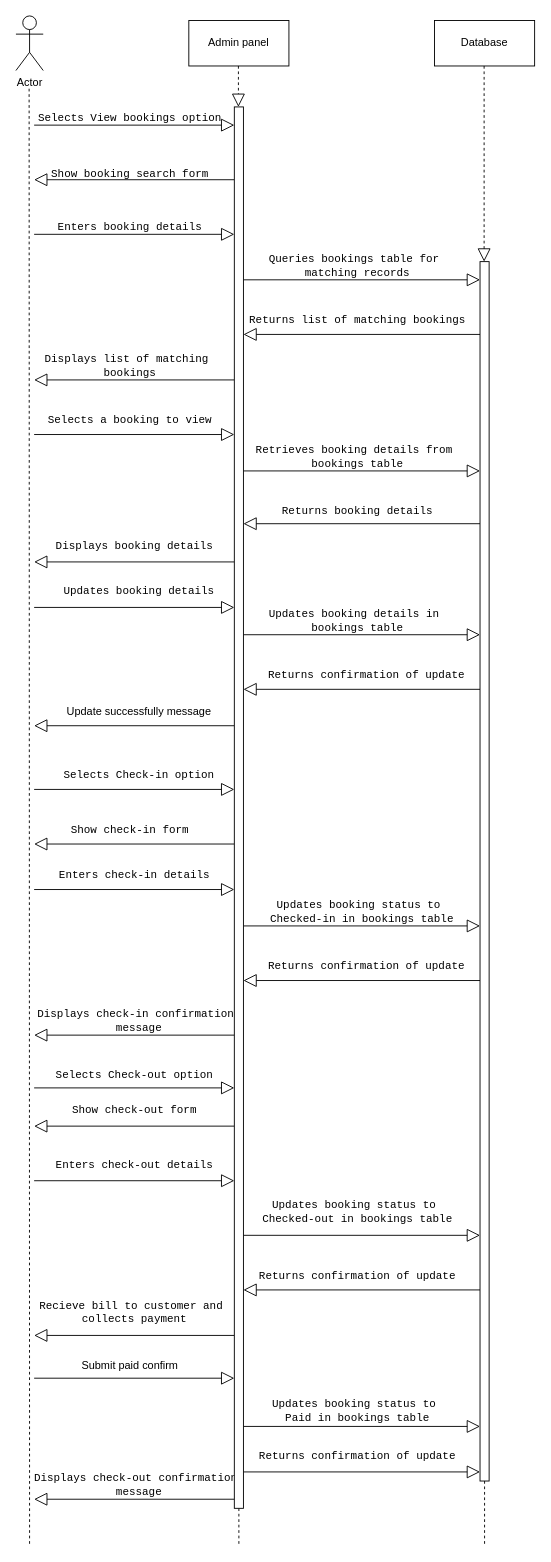
Earlier version of the draw.io diagram room booking management.drawio (CodeSithum/sequencediagram). Source tidied: cells renumbered, new cells numbered last; positions are measured from the earlier drawing's top-left corner, leaving out a move shared by most shapes. Both pictures are drawn from the tidied source at 91%, with x=0, y=0 at pixel (15, 15).
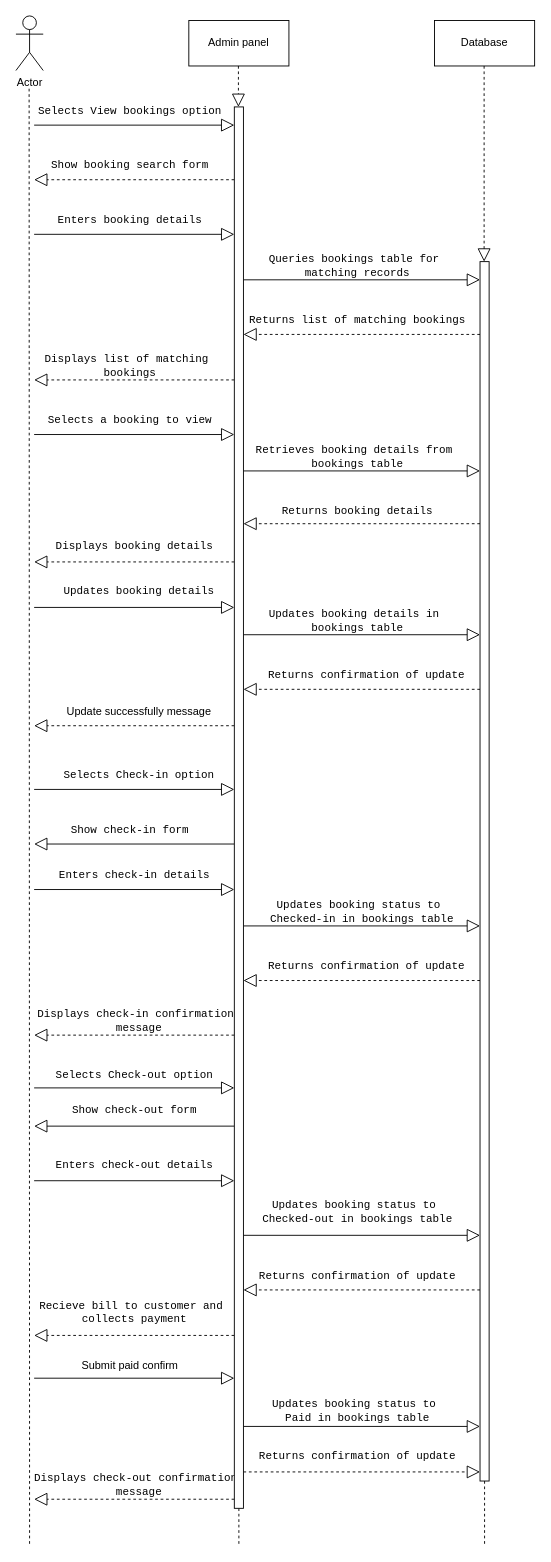
Above is the later version.

Diff of the diagram source:
```diff
@@
     <mxCell id="8" value="&lt;pre&gt;&lt;code class=&quot;!whitespace-pre hljs language-sql&quot;&gt;Selects View bookings option&lt;/code&gt;&lt;/pre&gt;" style="text;html=1;align=center;verticalAlign=middle;strokeColor=none;fillColor=none;" parent="1" vertex="1">
-      <mxGeometry x="15" y="88" width="220" height="50" as="geometry" />
+      <mxGeometry x="15" y="80" width="220" height="50" as="geometry" />
     </mxCell>
     <mxCell id="9" value="&lt;pre&gt;&lt;code class=&quot;!whitespace-pre hljs language-sql&quot;&gt;Show booking search form&lt;/code&gt;&lt;/pre&gt;" style="text;html=1;align=center;verticalAlign=middle;strokeColor=none;fillColor=none;" parent="1" vertex="1">
-      <mxGeometry x="30" y="150" width="190" height="50" as="geometry" />
+      <mxGeometry x="30" y="140" width="190" height="50" as="geometry" />
     </mxCell>
     <mxCell id="10" value="&lt;pre&gt;&lt;code class=&quot;!whitespace-pre hljs language-sql&quot;&gt;Enters booking details&lt;/code&gt;&lt;/pre&gt;" style="text;html=1;align=center;verticalAlign=middle;strokeColor=none;fillColor=none;" parent="1" vertex="1">
-      <mxGeometry x="35" y="208" width="180" height="50" as="geometry" />
+      <mxGeometry x="35" y="200" width="180" height="50" as="geometry" />
     </mxCell>
@@
-    <mxCell id="40" style="endArrow=block;endFill=0;endSize=12;html=1;rounded=0;" parent="1" edge="1">
+    <mxCell id="40" style="endArrow=block;endFill=0;endSize=12;html=1;rounded=0;dashed=1;" parent="1" edge="1">
       <mxGeometry relative="1" as="geometry">
         <mxPoint x="240" y="180" as="sourcePoint" />
         <mxPoint x="20" y="180" as="targetPoint" />
       </mxGeometry>
     </mxCell>
-    <mxCell id="41" style="endArrow=block;endFill=0;endSize=12;html=1;rounded=0;" parent="1" edge="1">
+    <mxCell id="41" style="endArrow=block;endFill=0;endSize=12;html=1;rounded=0;dashed=1;" parent="1" edge="1">
       <mxGeometry relative="1" as="geometry">
         <mxPoint x="240" y="400" as="sourcePoint" />
         <mxPoint x="20" y="400" as="targetPoint" />
       </mxGeometry>
     </mxCell>
@@
-    <mxCell id="43" style="endArrow=block;endFill=0;endSize=12;html=1;rounded=0;" parent="1" edge="1">
+    <mxCell id="43" style="endArrow=block;endFill=0;endSize=12;html=1;rounded=0;dashed=1;" parent="1" edge="1">
       <mxGeometry relative="1" as="geometry">
         <mxPoint x="240" y="600" as="sourcePoint" />
         <mxPoint x="20" y="600" as="targetPoint" />
       </mxGeometry>
     </mxCell>
@@
-    <mxCell id="45" style="endArrow=block;endFill=0;endSize=12;html=1;rounded=0;" parent="1" edge="1">
+    <mxCell id="45" style="endArrow=block;endFill=0;endSize=12;html=1;rounded=0;dashed=1;" parent="1" edge="1">
       <mxGeometry relative="1" as="geometry">
         <mxPoint x="240" y="780" as="sourcePoint" />
         <mxPoint x="20" y="780" as="targetPoint" />
       </mxGeometry>
     </mxCell>
@@
-    <mxCell id="49" style="endArrow=block;endFill=0;endSize=12;html=1;rounded=0;" parent="1" edge="1">
+    <mxCell id="49" style="endArrow=block;endFill=0;endSize=12;html=1;rounded=0;dashed=1;" parent="1" edge="1">
       <mxGeometry relative="1" as="geometry">
         <mxPoint x="240" y="1120" as="sourcePoint" />
         <mxPoint x="20" y="1120" as="targetPoint" />
       </mxGeometry>
     </mxCell>
@@
-    <mxCell id="53" style="endArrow=block;endFill=0;endSize=12;html=1;rounded=0;" parent="1" edge="1">
+    <mxCell id="53" style="endArrow=block;endFill=0;endSize=12;html=1;rounded=0;dashed=1;" parent="1" edge="1">
       <mxGeometry relative="1" as="geometry">
         <mxPoint x="240" y="1450" as="sourcePoint" />
         <mxPoint x="20" y="1450" as="targetPoint" />
       </mxGeometry>
     </mxCell>
@@
-    <mxCell id="55" style="endArrow=block;endFill=0;endSize=12;html=1;rounded=0;" parent="1" edge="1">
+    <mxCell id="55" style="endArrow=block;endFill=0;endSize=12;html=1;rounded=0;dashed=1;" parent="1" edge="1">
       <mxGeometry relative="1" as="geometry">
         <mxPoint x="240" y="1630" as="sourcePoint" />
         <mxPoint x="20" y="1630" as="targetPoint" />
       </mxGeometry>
     </mxCell>
-    <mxCell id="56" style="endArrow=block;endFill=0;endSize=12;html=1;rounded=0;" parent="1" edge="1">
+    <mxCell id="56" style="endArrow=block;endFill=0;endSize=12;html=1;rounded=0;dashed=1;" parent="1" edge="1">
       <mxGeometry relative="1" as="geometry">
         <mxPoint x="510" y="1060" as="sourcePoint" />
         <mxPoint x="250" y="1060" as="targetPoint" />
       </mxGeometry>
     </mxCell>
@@
-    <mxCell id="58" style="endArrow=block;endFill=0;endSize=12;html=1;rounded=0;" parent="1" edge="1">
+    <mxCell id="58" style="endArrow=block;endFill=0;endSize=12;html=1;rounded=0;dashed=1;" parent="1" edge="1">
       <mxGeometry relative="1" as="geometry">
         <mxPoint x="250" y="1600" as="sourcePoint" />
         <mxPoint x="510" y="1600" as="targetPoint" />
       </mxGeometry>
     </mxCell>
-    <mxCell id="59" style="endArrow=block;endFill=0;endSize=12;html=1;rounded=0;" parent="1" edge="1">
+    <mxCell id="59" style="endArrow=block;endFill=0;endSize=12;html=1;rounded=0;dashed=1;" parent="1" edge="1">
       <mxGeometry relative="1" as="geometry">
         <mxPoint x="510" y="1400" as="sourcePoint" />
         <mxPoint x="250" y="1400" as="targetPoint" />
       </mxGeometry>
     </mxCell>
@@
-    <mxCell id="62" style="endArrow=block;endFill=0;endSize=12;html=1;rounded=0;" parent="1" edge="1">
+    <mxCell id="62" style="endArrow=block;endFill=0;endSize=12;html=1;rounded=0;dashed=1;" parent="1" edge="1">
       <mxGeometry relative="1" as="geometry">
         <mxPoint x="510" y="740" as="sourcePoint" />
         <mxPoint x="250" y="740" as="targetPoint" />
       </mxGeometry>
     </mxCell>
@@
-    <mxCell id="64" style="endArrow=block;endFill=0;endSize=12;html=1;rounded=0;" parent="1" edge="1">
+    <mxCell id="64" style="endArrow=block;endFill=0;endSize=12;html=1;rounded=0;dashed=1;" parent="1" edge="1">
       <mxGeometry relative="1" as="geometry">
         <mxPoint x="510" y="558" as="sourcePoint" />
         <mxPoint x="250" y="558" as="targetPoint" />
       </mxGeometry>
     </mxCell>
@@
-    <mxCell id="66" style="endArrow=block;endFill=0;endSize=12;html=1;rounded=0;" parent="1" edge="1">
+    <mxCell id="66" style="endArrow=block;endFill=0;endSize=12;html=1;rounded=0;dashed=1;" parent="1" edge="1">
       <mxGeometry relative="1" as="geometry">
         <mxPoint x="510" y="350" as="sourcePoint" />
         <mxPoint x="250" y="350" as="targetPoint" />
       </mxGeometry>
     </mxCell>
```
